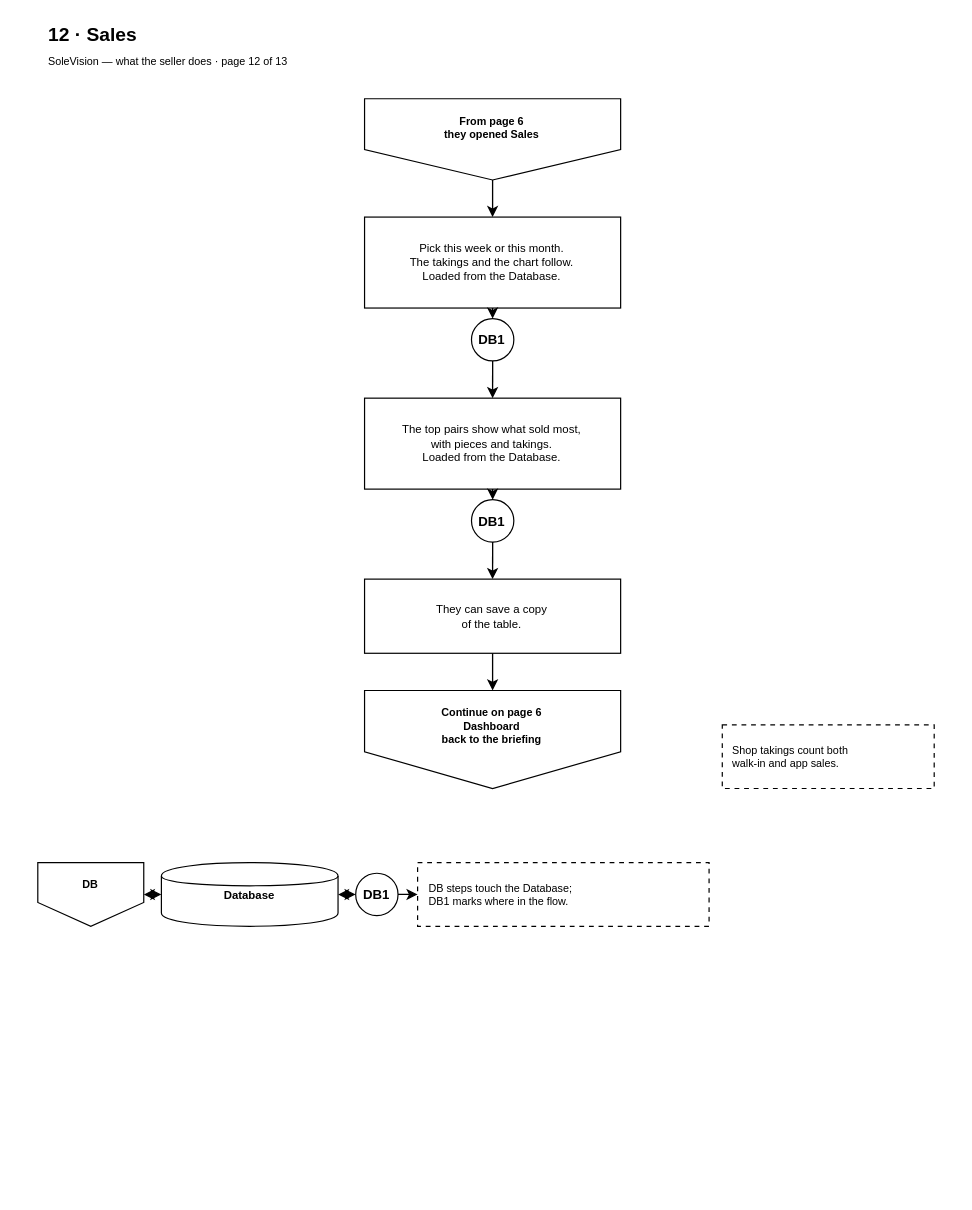
Above: page "12 Sales" (12 of 19) of docs/diagrams/seller-journey-flowchart.drawio in kibs06/CUF (draw.io), before the change. Source tidied: cells renumbered, new cells numbered last; positions are measured from the earlier drawing's top-left corner, leaving out a move shared by most shapes. Both pictures are drawn from the tidied source at 120%, with x=0, y=0 at pixel (37, 20).
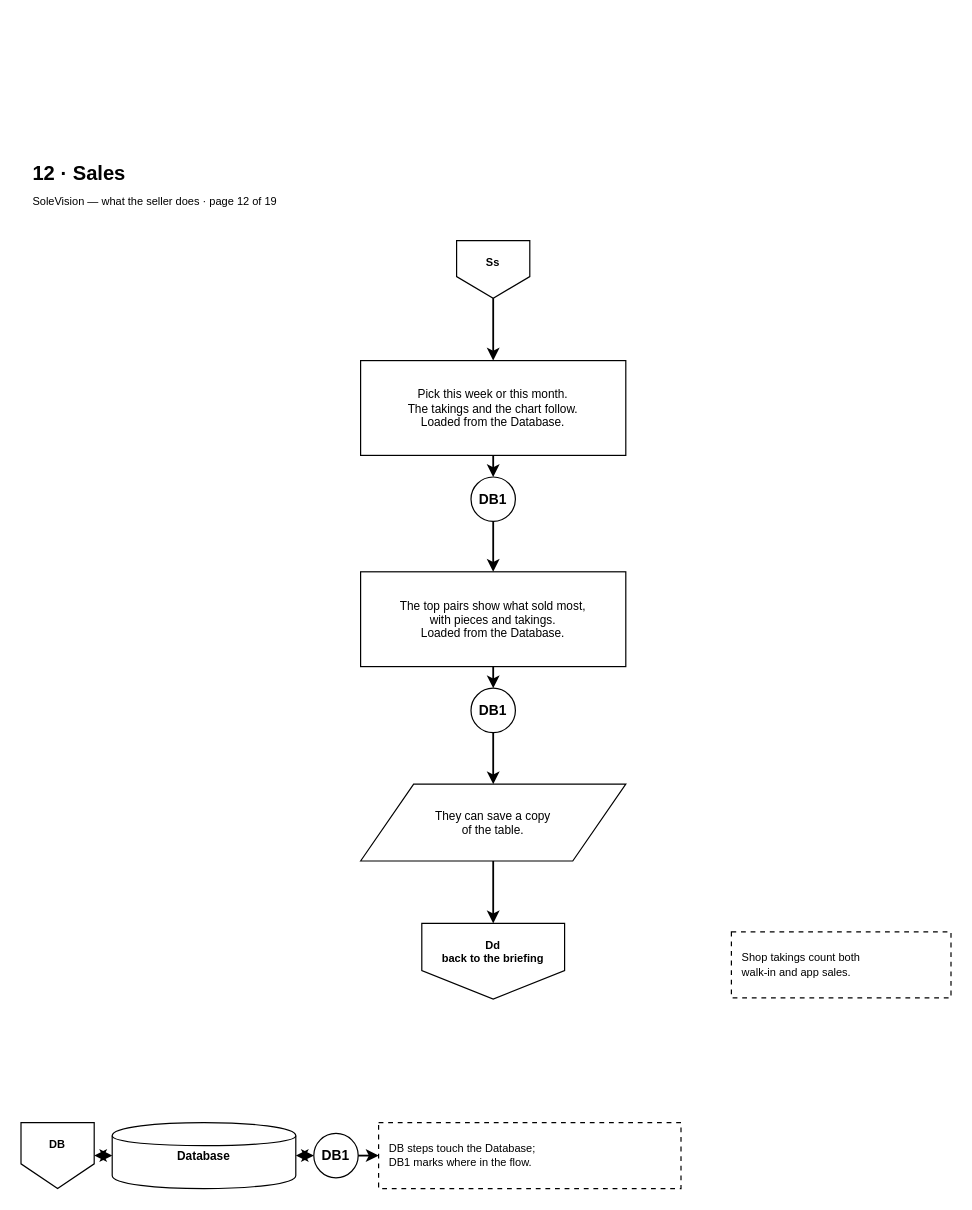
Above is the later version.

Diff of the diagram source:
```diff
@@
-    <mxCell id="2" value="From page 6&lt;br&gt;they opened Sales" style="shape=offPageConnector;whiteSpace=wrap;html=1;fillColor=none;strokeColor=light-dark(#000000,#FFFFFF);fontColor=light-dark(#000000,#FFFFFF);fontSize=9;fontStyle=1;verticalAlign=top;spacingTop=7.4;perimeter=rectanglePerimeter;" parent="1" vertex="1">
-      <mxGeometry x="272.3" y="64.8" width="213.4" height="67.7" as="geometry" />
+    <mxCell id="2" value="Ss" style="shape=offPageConnector;whiteSpace=wrap;html=1;fillColor=none;strokeColor=light-dark(#000000,#FFFFFF);fontColor=light-dark(#000000,#FFFFFF);fontSize=9.2;fontStyle=1;verticalAlign=top;spacingTop=7.6;perimeter=rectanglePerimeter;" parent="1" vertex="1">
+      <mxGeometry x="349" y="183" width="61" height="48" as="geometry" />
     </mxCell>
-    <mxCell id="3" value="Pick this week or this month.&lt;br&gt;The takings and the chart follow.&lt;br&gt;Loaded from the Database." style="rounded=0;whiteSpace=wrap;html=1;fillColor=none;strokeColor=light-dark(#000000,#FFFFFF);fontColor=light-dark(#000000,#FFFFFF);fontSize=9.5;" parent="1" vertex="1">
-      <mxGeometry x="272.3" y="163.4" width="213.4" height="75.8" as="geometry" />
+    <mxCell id="3" value="Pick this week or this month.&lt;br&gt;The takings and the chart follow.&lt;br&gt;Loaded from the Database." style="rounded=0;whiteSpace=wrap;html=1;fillColor=none;strokeColor=light-dark(#000000,#FFFFFF);fontColor=light-dark(#000000,#FFFFFF);fontSize=9.9;" parent="1" vertex="1">
+      <mxGeometry x="269" y="283" width="221" height="79" as="geometry" />
     </mxCell>
-    <mxCell id="4" value="DB1" style="ellipse;whiteSpace=wrap;html=1;fillColor=none;strokeColor=light-dark(#000000,#FFFFFF);fontColor=light-dark(#000000,#FFFFFF);fontSize=11;fontStyle=1;perimeter=ellipsePerimeter;" parent="1" vertex="1">
-      <mxGeometry x="361.4" y="248" width="35.3" height="35.3" as="geometry" />
+    <mxCell id="4" value="DB1" style="ellipse;whiteSpace=wrap;html=1;fillColor=none;strokeColor=light-dark(#000000,#FFFFFF);fontColor=light-dark(#000000,#FFFFFF);fontSize=11.5;fontStyle=1;perimeter=ellipsePerimeter;" parent="1" vertex="1">
+      <mxGeometry x="361" y="380" width="37" height="37" as="geometry" />
     </mxCell>
-    <mxCell id="5" value="The top pairs show what sold most,&lt;br&gt;with pieces and takings.&lt;br&gt;Loaded from the Database." style="rounded=0;whiteSpace=wrap;html=1;fillColor=none;strokeColor=light-dark(#000000,#FFFFFF);fontColor=light-dark(#000000,#FFFFFF);fontSize=9.5;" parent="1" vertex="1">
-      <mxGeometry x="272.3" y="314.3" width="213.4" height="75.8" as="geometry" />
+    <mxCell id="5" value="The top pairs show what sold most,&lt;br&gt;with pieces and takings.&lt;br&gt;Loaded from the Database." style="rounded=0;whiteSpace=wrap;html=1;fillColor=none;strokeColor=light-dark(#000000,#FFFFFF);fontColor=light-dark(#000000,#FFFFFF);fontSize=9.9;" parent="1" vertex="1">
+      <mxGeometry x="269" y="459" width="221" height="79" as="geometry" />
     </mxCell>
-    <mxCell id="6" value="DB1" style="ellipse;whiteSpace=wrap;html=1;fillColor=none;strokeColor=light-dark(#000000,#FFFFFF);fontColor=light-dark(#000000,#FFFFFF);fontSize=11;fontStyle=1;perimeter=ellipsePerimeter;" parent="1" vertex="1">
-      <mxGeometry x="361.4" y="398.9" width="35.3" height="35.3" as="geometry" />
+    <mxCell id="6" value="DB1" style="ellipse;whiteSpace=wrap;html=1;fillColor=none;strokeColor=light-dark(#000000,#FFFFFF);fontColor=light-dark(#000000,#FFFFFF);fontSize=11.5;fontStyle=1;perimeter=ellipsePerimeter;" parent="1" vertex="1">
+      <mxGeometry x="361" y="556" width="37" height="37" as="geometry" />
     </mxCell>
-    <mxCell id="7" value="They can save a copy&lt;br&gt;of the table." style="rounded=0;whiteSpace=wrap;html=1;fillColor=none;strokeColor=light-dark(#000000,#FFFFFF);fontColor=light-dark(#000000,#FFFFFF);fontSize=9.5;" parent="1" vertex="1">
-      <mxGeometry x="272.3" y="465.1" width="213.4" height="61.8" as="geometry" />
+    <mxCell id="7" value="They can save a copy&lt;br&gt;of the table." style="shape=parallelogram;whiteSpace=wrap;html=1;fillColor=none;strokeColor=light-dark(#000000,#FFFFFF);fontColor=light-dark(#000000,#FFFFFF);fontSize=9.9;perimeter=parallelogramPerimeter;" parent="1" vertex="1">
+      <mxGeometry x="269" y="636" width="221" height="64" as="geometry" />
     </mxCell>
-    <mxCell id="8" value="Continue on page 6&lt;br&gt;Dashboard&lt;br&gt;back to the briefing" style="shape=offPageConnector;whiteSpace=wrap;html=1;fillColor=none;strokeColor=light-dark(#000000,#FFFFFF);fontColor=light-dark(#000000,#FFFFFF);fontSize=9;fontStyle=1;verticalAlign=top;spacingTop=7.4;perimeter=rectanglePerimeter;" parent="1" vertex="1">
-      <mxGeometry x="272.3" y="557.9" width="213.4" height="81.7" as="geometry" />
+    <mxCell id="8" value="Dd&lt;br&gt;back to the briefing" style="shape=offPageConnector;whiteSpace=wrap;html=1;fillColor=none;strokeColor=light-dark(#000000,#FFFFFF);fontColor=light-dark(#000000,#FFFFFF);fontSize=9.2;fontStyle=1;verticalAlign=top;spacingTop=7.6;perimeter=rectanglePerimeter;" parent="1" vertex="1">
+      <mxGeometry x="320" y="752" width="119" height="63" as="geometry" />
     </mxCell>
-    <mxCell id="9" value="Shop takings count both&lt;br&gt;walk-in and app sales." style="rounded=0;whiteSpace=wrap;html=1;dashed=1;dashPattern=4 4;fillColor=none;strokeColor=light-dark(#000000,#FFFFFF);fontColor=light-dark(#000000,#FFFFFF);fontSize=9;align=left;verticalAlign=middle;spacingLeft=7.4;spacingRight=7.4;" parent="1" vertex="1">
-      <mxGeometry x="570.4" y="586.6" width="176.6" height="53" as="geometry" />
+    <mxCell id="9" value="Shop takings count both&lt;br&gt;walk-in and app sales." style="rounded=0;whiteSpace=wrap;html=1;dashed=1;dashPattern=4 4;fillColor=none;strokeColor=light-dark(#000000,#FFFFFF);fontColor=light-dark(#000000,#FFFFFF);fontSize=9.2;align=left;verticalAlign=middle;spacingLeft=7.6;spacingRight=7.6;" parent="1" vertex="1">
+      <mxGeometry x="578" y="759" width="183" height="55" as="geometry" />
     </mxCell>
-    <mxCell id="10" value="DB" style="shape=offPageConnector;whiteSpace=wrap;html=1;fillColor=none;strokeColor=light-dark(#000000,#FFFFFF);fontColor=light-dark(#000000,#FFFFFF);fontSize=9;fontStyle=1;verticalAlign=top;spacingTop=7.4;perimeter=rectanglePerimeter;" parent="1" vertex="1">
-      <mxGeometry y="701.4" width="88.3" height="53" as="geometry" />
+    <mxCell id="10" value="DB" style="shape=offPageConnector;whiteSpace=wrap;html=1;fillColor=none;strokeColor=light-dark(#000000,#FFFFFF);fontColor=light-dark(#000000,#FFFFFF);fontSize=9.2;fontStyle=1;verticalAlign=top;spacingTop=7.6;perimeter=rectanglePerimeter;" parent="1" vertex="1">
+      <mxGeometry x="-14" y="918" width="61" height="55" as="geometry" />
     </mxCell>
-    <mxCell id="11" value="Database" style="shape=cylinder;whiteSpace=wrap;html=1;fillColor=none;strokeColor=light-dark(#000000,#FFFFFF);fontColor=light-dark(#000000,#FFFFFF);fontSize=9.5;fontStyle=1;" parent="1" vertex="1">
-      <mxGeometry x="103" y="701.4" width="147.2" height="53" as="geometry" />
+    <mxCell id="11" value="Database" style="shape=cylinder;whiteSpace=wrap;html=1;fillColor=none;strokeColor=light-dark(#000000,#FFFFFF);fontColor=light-dark(#000000,#FFFFFF);fontSize=9.9;fontStyle=1;" parent="1" vertex="1">
+      <mxGeometry x="62" y="918" width="153" height="55" as="geometry" />
     </mxCell>
-    <mxCell id="12" value="DB1" style="ellipse;whiteSpace=wrap;html=1;fillColor=none;strokeColor=light-dark(#000000,#FFFFFF);fontColor=light-dark(#000000,#FFFFFF);fontSize=11;fontStyle=1;perimeter=ellipsePerimeter;" parent="1" vertex="1">
-      <mxGeometry x="264.9" y="710.2" width="35.3" height="35.3" as="geometry" />
+    <mxCell id="12" value="DB1" style="ellipse;whiteSpace=wrap;html=1;fillColor=none;strokeColor=light-dark(#000000,#FFFFFF);fontColor=light-dark(#000000,#FFFFFF);fontSize=11.5;fontStyle=1;perimeter=ellipsePerimeter;" parent="1" vertex="1">
+      <mxGeometry x="230" y="927" width="37" height="37" as="geometry" />
     </mxCell>
-    <mxCell id="13" value="DB steps touch the Database;&lt;br&gt;DB1 marks where in the flow." style="rounded=0;whiteSpace=wrap;html=1;dashed=1;dashPattern=4 4;fillColor=none;strokeColor=light-dark(#000000,#FFFFFF);fontColor=light-dark(#000000,#FFFFFF);fontSize=9;align=left;verticalAlign=middle;spacingLeft=7.4;spacingRight=7.4;" parent="1" vertex="1">
-      <mxGeometry x="316.5" y="701.4" width="242.9" height="53" as="geometry" />
+    <mxCell id="13" value="DB steps touch the Database;&lt;br&gt;DB1 marks where in the flow." style="rounded=0;whiteSpace=wrap;html=1;dashed=1;dashPattern=4 4;fillColor=none;strokeColor=light-dark(#000000,#FFFFFF);fontColor=light-dark(#000000,#FFFFFF);fontSize=9.2;align=left;verticalAlign=middle;spacingLeft=7.6;spacingRight=7.6;" parent="1" vertex="1">
+      <mxGeometry x="284" y="918" width="252" height="55" as="geometry" />
     </mxCell>
-    <mxCell id="14" value="12 · Sales" style="text;html=1;fontSize=16;fontStyle=1;align=left;verticalAlign=middle;fontColor=light-dark(#000000,#FFFFFF);" parent="1" vertex="1">
-      <mxGeometry x="7.4" width="515.2" height="22.1" as="geometry" />
+    <mxCell id="14" value="12 · Sales" style="text;html=1;fontSize=16.8;fontStyle=1;align=left;verticalAlign=middle;fontColor=light-dark(#000000,#FFFFFF);" parent="1" vertex="1">
+      <mxGeometry x="-6" y="116" width="534" height="23" as="geometry" />
     </mxCell>
-    <mxCell id="15" value="SoleVision — what the seller does · page 12 of 13" style="text;html=1;fontSize=9;align=left;verticalAlign=middle;fontColor=light-dark(#000000,#FFFFFF);" parent="1" vertex="1">
-      <mxGeometry x="7.4" y="25" width="515.2" height="17.7" as="geometry" />
+    <mxCell id="15" value="SoleVision — what the seller does · page 12 of 19" style="text;html=1;fontSize=9.2;align=left;verticalAlign=middle;fontColor=light-dark(#000000,#FFFFFF);" parent="1" vertex="1">
+      <mxGeometry x="-6" y="142" width="534" height="18" as="geometry" />
     </mxCell>
-    <mxCell id="16" style="edgeStyle=orthogonalEdgeStyle;rounded=0;html=1;endArrow=classic;endFill=1;strokeColor=light-dark(#000000,#FFFFFF);strokeWidth=1.1;fontSize=8;fontColor=light-dark(#000000,#FFFFFF);labelBackgroundColor=none;exitX=0.5;exitY=1;exitPerimeter=0;entryX=0.5;entryY=0;entryPerimeter=0;" parent="1" edge="1" source="2" target="3">
+    <mxCell id="16" style="edgeStyle=orthogonalEdgeStyle;rounded=0;jettySize=0;html=1;endArrow=classic;endFill=1;strokeColor=light-dark(#000000,#FFFFFF);strokeWidth=1.5;fontSize=9;fontColor=light-dark(#000000,#FFFFFF);labelBackgroundColor=none;exitX=0.5;exitY=1;exitPerimeter=0;entryX=0.5;entryY=0;entryPerimeter=0;" parent="1" edge="1" source="2" target="3">
       <mxGeometry relative="1" as="geometry">
-        <mxPoint y="-8.8" as="offset" />
+        <mxPoint y="-12" as="offset" />
       </mxGeometry>
     </mxCell>
-    <mxCell id="17" style="edgeStyle=orthogonalEdgeStyle;rounded=0;html=1;endArrow=classic;endFill=1;strokeColor=light-dark(#000000,#FFFFFF);strokeWidth=1.1;fontSize=8;fontColor=light-dark(#000000,#FFFFFF);labelBackgroundColor=none;exitX=0.5;exitY=1;exitPerimeter=0;entryX=0.5;entryY=0;entryPerimeter=0;" parent="1" edge="1" source="3" target="4">
+    <mxCell id="17" style="edgeStyle=orthogonalEdgeStyle;rounded=0;jettySize=0;html=1;endArrow=classic;endFill=1;strokeColor=light-dark(#000000,#FFFFFF);strokeWidth=1.5;fontSize=9;fontColor=light-dark(#000000,#FFFFFF);labelBackgroundColor=none;exitX=0.5;exitY=1;exitPerimeter=0;entryX=0.5;entryY=0;entryPerimeter=0;" parent="1" edge="1" source="3" target="4">
       <mxGeometry relative="1" as="geometry">
-        <mxPoint y="-8.8" as="offset" />
+        <mxPoint y="-12" as="offset" />
       </mxGeometry>
     </mxCell>
-    <mxCell id="18" style="edgeStyle=orthogonalEdgeStyle;rounded=0;html=1;endArrow=classic;endFill=1;strokeColor=light-dark(#000000,#FFFFFF);strokeWidth=1.1;fontSize=8;fontColor=light-dark(#000000,#FFFFFF);labelBackgroundColor=none;exitX=0.5;exitY=1;exitPerimeter=0;entryX=0.5;entryY=0;entryPerimeter=0;" parent="1" edge="1" source="4" target="5">
+    <mxCell id="18" style="edgeStyle=orthogonalEdgeStyle;rounded=0;jettySize=0;html=1;endArrow=classic;endFill=1;strokeColor=light-dark(#000000,#FFFFFF);strokeWidth=1.5;fontSize=9;fontColor=light-dark(#000000,#FFFFFF);labelBackgroundColor=none;exitX=0.5;exitY=1;exitPerimeter=0;entryX=0.5;entryY=0;entryPerimeter=0;" parent="1" edge="1" source="4" target="5">
       <mxGeometry relative="1" as="geometry">
-        <mxPoint y="-8.8" as="offset" />
+        <mxPoint y="-12" as="offset" />
       </mxGeometry>
     </mxCell>
-    <mxCell id="19" style="edgeStyle=orthogonalEdgeStyle;rounded=0;html=1;endArrow=classic;endFill=1;strokeColor=light-dark(#000000,#FFFFFF);strokeWidth=1.1;fontSize=8;fontColor=light-dark(#000000,#FFFFFF);labelBackgroundColor=none;exitX=0.5;exitY=1;exitPerimeter=0;entryX=0.5;entryY=0;entryPerimeter=0;" parent="1" edge="1" source="5" target="6">
+    <mxCell id="19" style="edgeStyle=orthogonalEdgeStyle;rounded=0;jettySize=0;html=1;endArrow=classic;endFill=1;strokeColor=light-dark(#000000,#FFFFFF);strokeWidth=1.5;fontSize=9;fontColor=light-dark(#000000,#FFFFFF);labelBackgroundColor=none;exitX=0.5;exitY=1;exitPerimeter=0;entryX=0.5;entryY=0;entryPerimeter=0;" parent="1" edge="1" source="5" target="6">
       <mxGeometry relative="1" as="geometry">
-        <mxPoint y="-8.8" as="offset" />
+        <mxPoint y="-12" as="offset" />
       </mxGeometry>
     </mxCell>
-    <mxCell id="20" style="edgeStyle=orthogonalEdgeStyle;rounded=0;html=1;endArrow=classic;endFill=1;strokeColor=light-dark(#000000,#FFFFFF);strokeWidth=1.1;fontSize=8;fontColor=light-dark(#000000,#FFFFFF);labelBackgroundColor=none;exitX=0.5;exitY=1;exitPerimeter=0;entryX=0.5;entryY=0;entryPerimeter=0;" parent="1" edge="1" source="6" target="7">
+    <mxCell id="20" style="edgeStyle=orthogonalEdgeStyle;rounded=0;jettySize=0;html=1;endArrow=classic;endFill=1;strokeColor=light-dark(#000000,#FFFFFF);strokeWidth=1.5;fontSize=9;fontColor=light-dark(#000000,#FFFFFF);labelBackgroundColor=none;exitX=0.5;exitY=1;exitPerimeter=0;entryX=0.5;entryY=0;entryPerimeter=0;" parent="1" edge="1" source="6" target="7">
       <mxGeometry relative="1" as="geometry">
-        <mxPoint y="-8.8" as="offset" />
+        <mxPoint y="-12" as="offset" />
       </mxGeometry>
     </mxCell>
-    <mxCell id="21" style="edgeStyle=orthogonalEdgeStyle;rounded=0;html=1;endArrow=classic;endFill=1;strokeColor=light-dark(#000000,#FFFFFF);strokeWidth=1.1;fontSize=8;fontColor=light-dark(#000000,#FFFFFF);labelBackgroundColor=none;exitX=0.5;exitY=1;exitPerimeter=0;entryX=0.5;entryY=0;entryPerimeter=0;" parent="1" edge="1" source="7" target="8">
+    <mxCell id="21" style="edgeStyle=orthogonalEdgeStyle;rounded=0;jettySize=0;html=1;endArrow=classic;endFill=1;strokeColor=light-dark(#000000,#FFFFFF);strokeWidth=1.5;fontSize=9;fontColor=light-dark(#000000,#FFFFFF);labelBackgroundColor=none;exitX=0.5;exitY=1;exitPerimeter=0;entryX=0.5;entryY=0;entryPerimeter=0;" parent="1" edge="1" source="7" target="8">
       <mxGeometry relative="1" as="geometry">
-        <mxPoint y="-8.8" as="offset" />
+        <mxPoint y="-12" as="offset" />
       </mxGeometry>
     </mxCell>
-    <mxCell id="22" style="edgeStyle=orthogonalEdgeStyle;rounded=0;html=1;endArrow=classic;endFill=1;strokeColor=light-dark(#000000,#FFFFFF);strokeWidth=1.1;fontSize=8;fontColor=light-dark(#000000,#FFFFFF);labelBackgroundColor=none;exitX=1;exitY=0.5;exitPerimeter=0;entryX=0;entryY=0.5;entryPerimeter=0;startArrow=classic;startFill=1;" parent="1" edge="1" source="10" target="11">
+    <mxCell id="22" style="edgeStyle=orthogonalEdgeStyle;rounded=0;jettySize=0;html=1;endArrow=classic;endFill=1;strokeColor=light-dark(#000000,#FFFFFF);strokeWidth=1.5;fontSize=9;fontColor=light-dark(#000000,#FFFFFF);labelBackgroundColor=none;exitX=1;exitY=0.5;exitPerimeter=0;entryX=0;entryY=0.5;entryPerimeter=0;startArrow=classic;startFill=1;" parent="1" edge="1" source="10" target="11">
       <mxGeometry relative="1" as="geometry">
-        <mxPoint y="-8.8" as="offset" />
+        <mxPoint y="-12" as="offset" />
       </mxGeometry>
     </mxCell>
-    <mxCell id="23" style="edgeStyle=orthogonalEdgeStyle;rounded=0;html=1;endArrow=classic;endFill=1;strokeColor=light-dark(#000000,#FFFFFF);strokeWidth=1.1;fontSize=8;fontColor=light-dark(#000000,#FFFFFF);labelBackgroundColor=none;exitX=1;exitY=0.5;exitPerimeter=0;entryX=0;entryY=0.5;entryPerimeter=0;startArrow=classic;startFill=1;" parent="1" edge="1" source="11" target="12">
+    <mxCell id="23" style="edgeStyle=orthogonalEdgeStyle;rounded=0;jettySize=0;html=1;endArrow=classic;endFill=1;strokeColor=light-dark(#000000,#FFFFFF);strokeWidth=1.5;fontSize=9;fontColor=light-dark(#000000,#FFFFFF);labelBackgroundColor=none;exitX=1;exitY=0.5;exitPerimeter=0;entryX=0;entryY=0.5;entryPerimeter=0;startArrow=classic;startFill=1;" parent="1" edge="1" source="11" target="12">
       <mxGeometry relative="1" as="geometry">
-        <mxPoint y="-8.8" as="offset" />
+        <mxPoint y="-12" as="offset" />
       </mxGeometry>
     </mxCell>
-    <mxCell id="24" style="edgeStyle=orthogonalEdgeStyle;rounded=0;html=1;endArrow=classic;endFill=1;strokeColor=light-dark(#000000,#FFFFFF);strokeWidth=1.1;fontSize=8;fontColor=light-dark(#000000,#FFFFFF);labelBackgroundColor=none;exitX=1;exitY=0.5;exitPerimeter=0;entryX=0;entryY=0.5;entryPerimeter=0;" parent="1" edge="1" source="12" target="13">
+    <mxCell id="24" style="edgeStyle=orthogonalEdgeStyle;rounded=0;jettySize=0;html=1;endArrow=classic;endFill=1;strokeColor=light-dark(#000000,#FFFFFF);strokeWidth=1.5;fontSize=9;fontColor=light-dark(#000000,#FFFFFF);labelBackgroundColor=none;exitX=1;exitY=0.5;exitPerimeter=0;entryX=0;entryY=0.5;entryPerimeter=0;" parent="1" edge="1" source="12" target="13">
       <mxGeometry relative="1" as="geometry">
-        <mxPoint y="-8.8" as="offset" />
+        <mxPoint y="-12" as="offset" />
       </mxGeometry>
     </mxCell>
```
